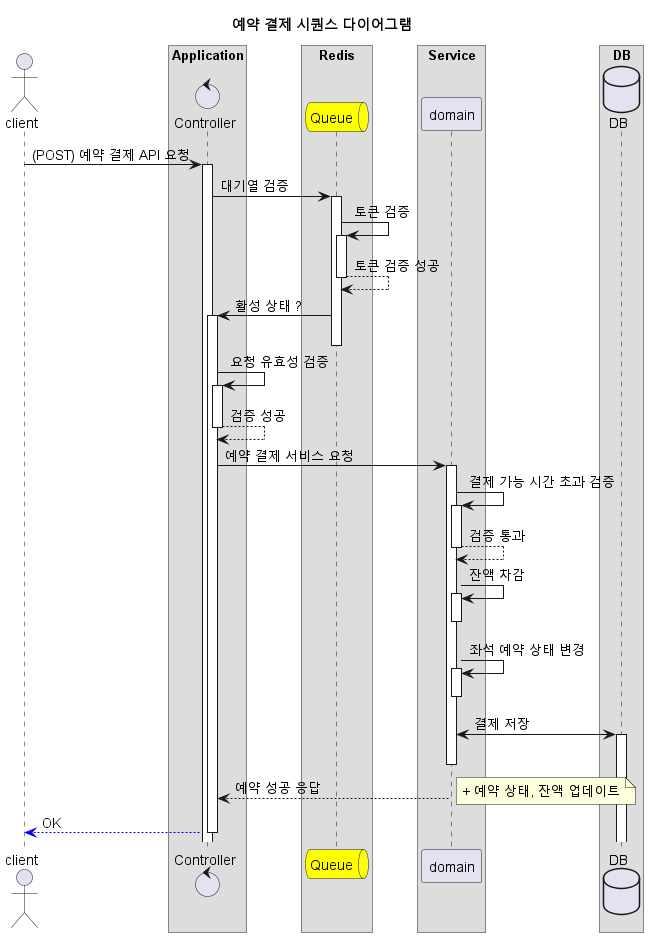
Before: docs/sequencediagram/booking/payment_sequence_diagram.png, a diagram exported from PlantUML (johnowlee/concert-booking).
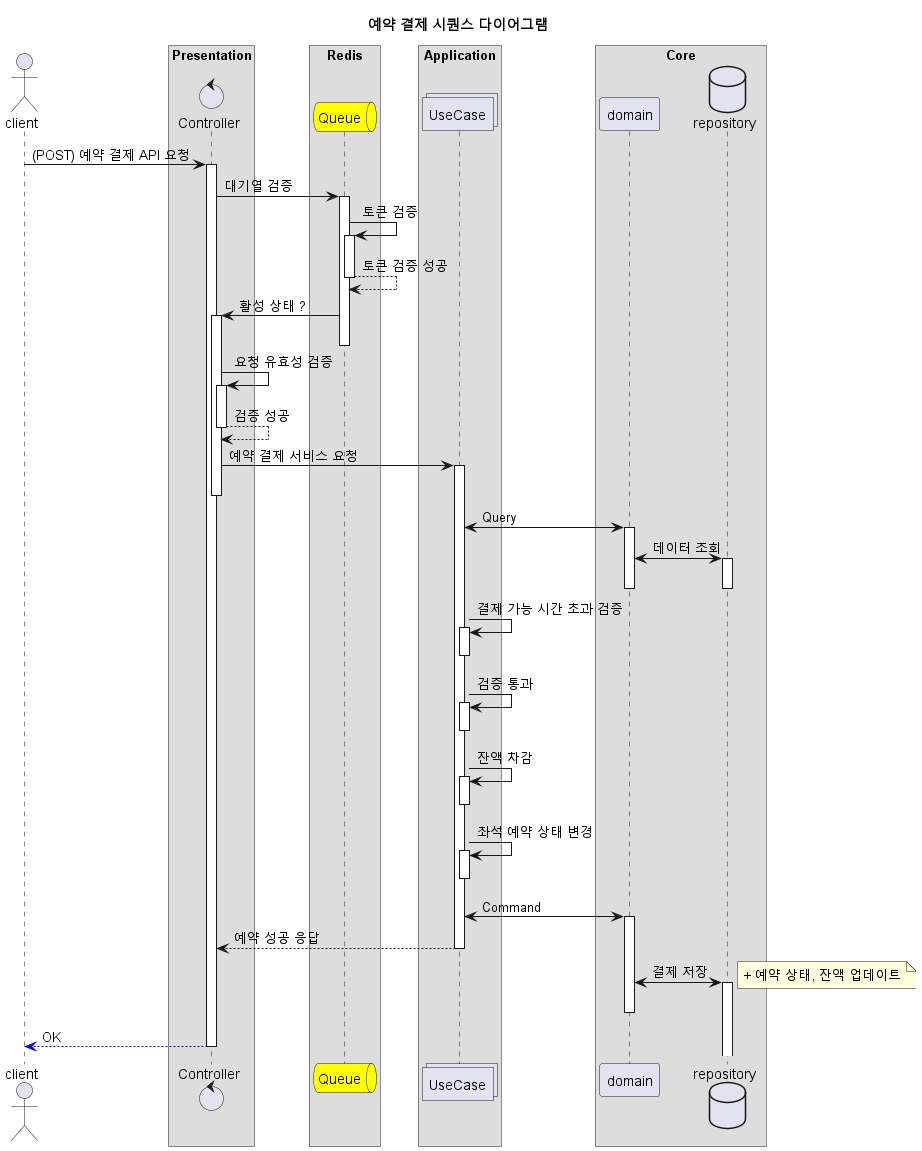
After the commit.

Diff of the diagram source:
```diff
@@ -7,50 +7,61 @@
 
 actor client as client
 
-
-box "Application"
-control Controller as controller
+box "Presentation"
+control Controller as presentation
 end box
 
 box "Redis"
 queue Queue as queue #yellow
 end box
 
-box "Service"
-participant domain as domain
+box "Application"
+collections UseCase as application
 end box
 
-box "DB"
-database DB as db
+box "Core"
+participant domain as domain
+database repository as db
 end box
 
-client -> controller : (POST) 예약 결제 API 요청
-controller -> queue : 대기열 검증
+client -> presentation : (POST) 예약 결제 API 요청
+presentation -> queue : 대기열 검증
 queue -> queue : 토큰 검증
 queue --> queue : 토큰 검증 성공
-queue -> controller : 활성 상태 ?
+queue -> presentation : 활성 상태 ?
 deactivate queue
 
 
-controller -> controller : 요청 유효성 검증
-controller --> controller : 검증 성공
+presentation -> presentation : 요청 유효성 검증
+presentation --> presentation : 검증 성공
 
 
-controller -> domain : 예약 결제 서비스 요청
-domain -> domain : 결제 가능 시간 초과 검증
-domain --> domain : 검증 통과
+presentation -> application : 예약 결제 서비스 요청
+deactivate presentation
 
-domain -> domain : 잔액 차감
+application <-> domain : Query
+domain <-> db : 데이터 조회
+deactivate db
 deactivate domain
-domain -> domain : 좌석 예약 상태 변경
-deactivate domain
+
+application -> application : 결제 가능 시간 초과 검증
+deactivate application
+application -> application : 검증 통과
+deactivate application
+application -> application : 잔액 차감
+deactivate application
+application -> application : 좌석 예약 상태 변경
+deactivate application
+application <-> domain : Command
+
+application --> presentation : 예약 성공 응답
+
 domain <-> db : 결제 저장
 deactivate domain
-domain --> controller : 예약 성공 응답
 deactivate domain
 note right
 + 예약 상태, 잔액 업데이트
 end note
-controller --[#blue]> client : OK
+presentation --[#blue]> client : OK
 
 @enduml
```
